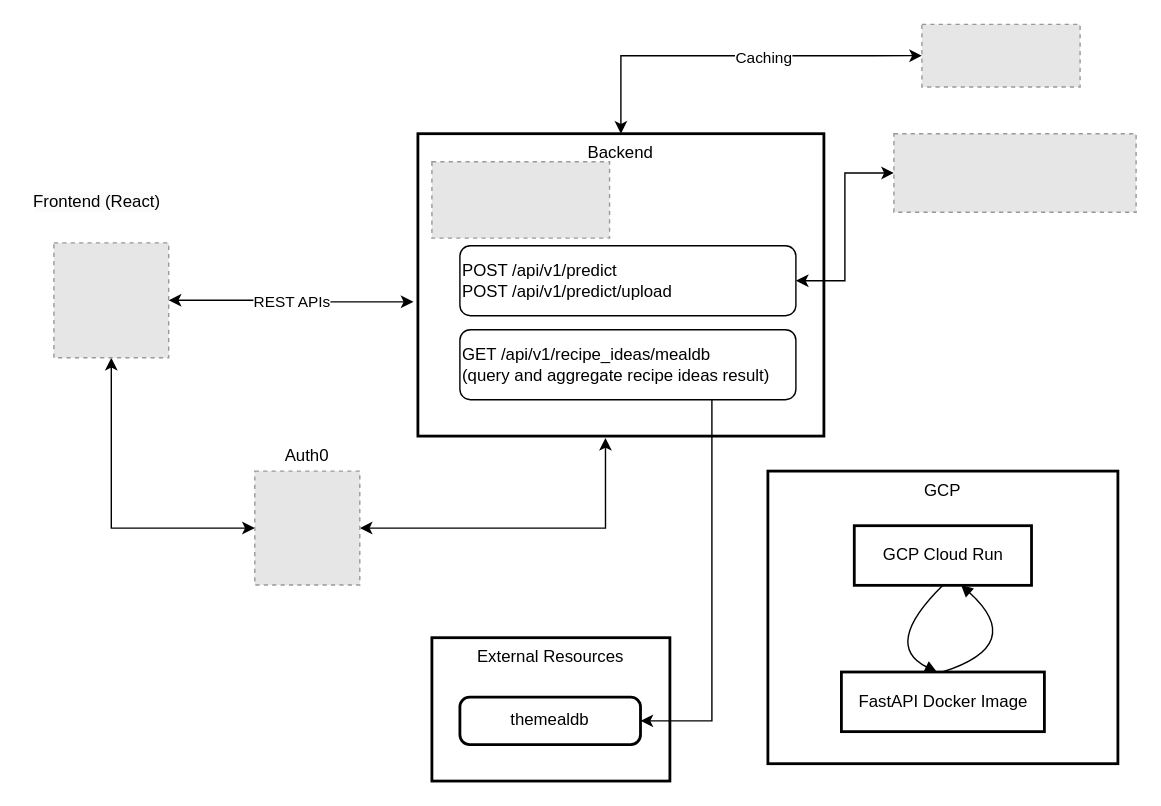
Above: assets/recipes-finder.drawio in williamang171/recipes-finder-backend (draw.io), before the change. Source tidied: cells renumbered, new cells numbered last; positions are measured from the earlier drawing's top-left corner, leaving out a move shared by most shapes. Both pictures are drawn from the tidied source at 140%, with x=0, y=0 at pixel (24, 24). Pictures stored in the file or linked from it are replaced by grey dashed boxes.
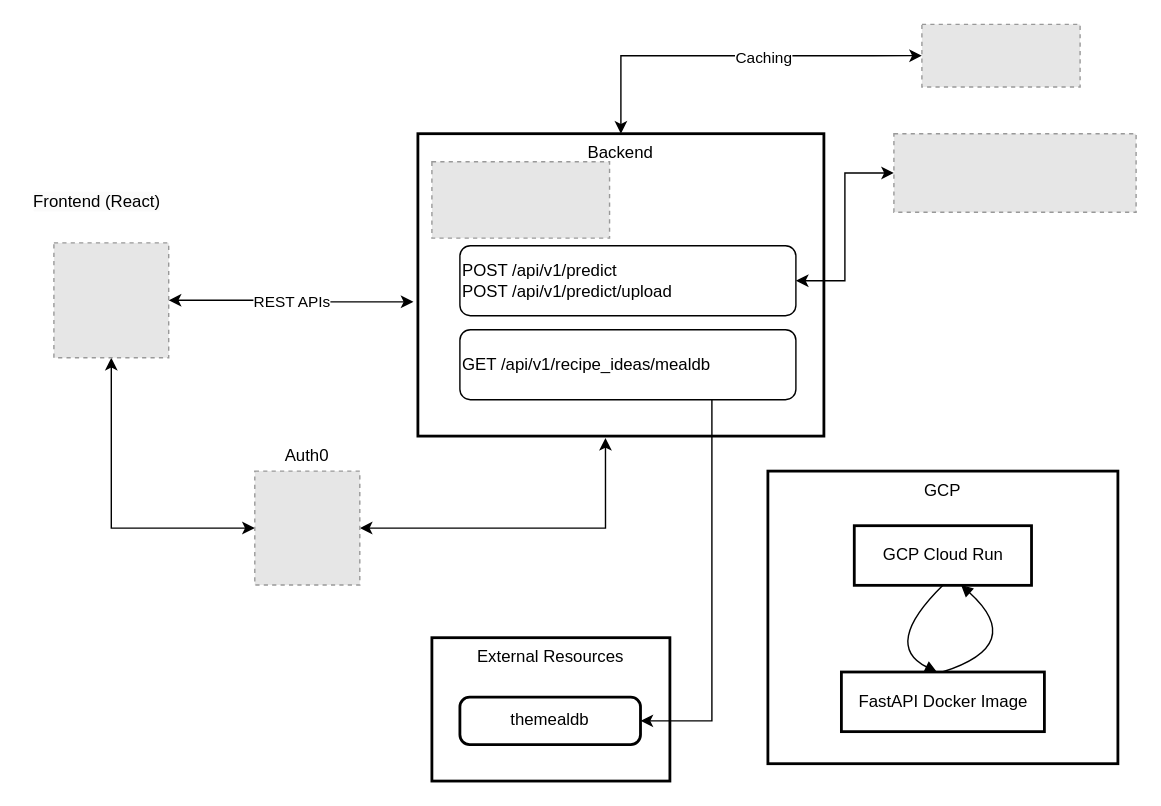
Above is the later version.

The edit, as a diff of the source:
```diff
@@
-    <mxCell id="23" value="&lt;div&gt;GET /api/v1/recipe_ideas/mealdb&lt;/div&gt;&lt;div&gt;(query and aggregate recipe ideas result)&lt;/div&gt;&lt;div&gt;&lt;/div&gt;" style="rounded=1;whiteSpace=wrap;html=1;align=left;strokeColor=default;" parent="1" vertex="1">
+    <mxCell id="23" value="&lt;div&gt;GET /api/v1/recipe_ideas/mealdb&lt;/div&gt;&lt;div&gt;&lt;/div&gt;" style="rounded=1;whiteSpace=wrap;html=1;align=left;strokeColor=default;" parent="1" vertex="1">
       <mxGeometry x="311" y="218" width="240" height="50" as="geometry" />
     </mxCell>
```
